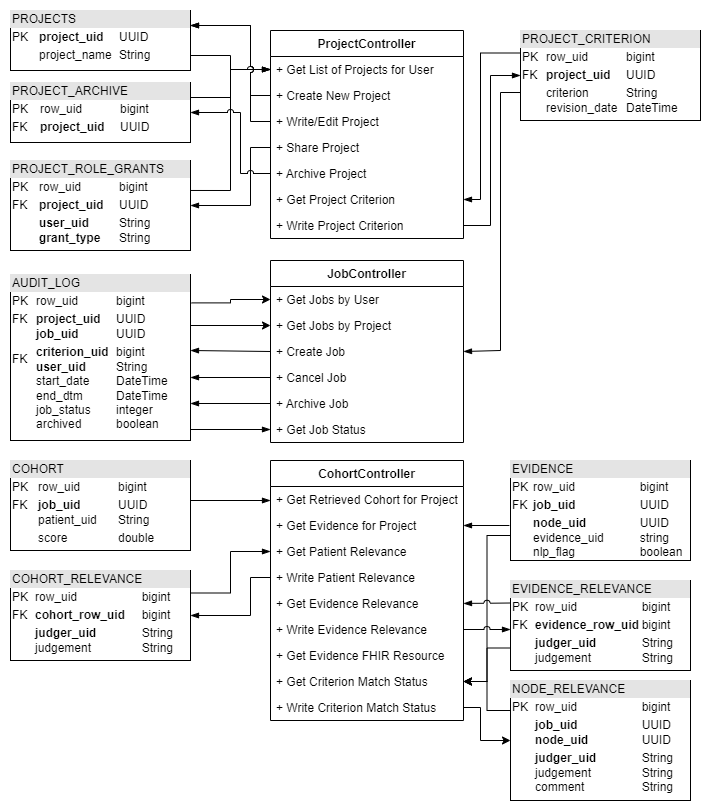
Above: middleware-data.png in OHNLP/impact-documentation (draw.io), before the change. Source tidied: cells renumbered, new cells last; positions are measured from the earlier drawing's top-left corner, leaving out a move shared by most shapes.
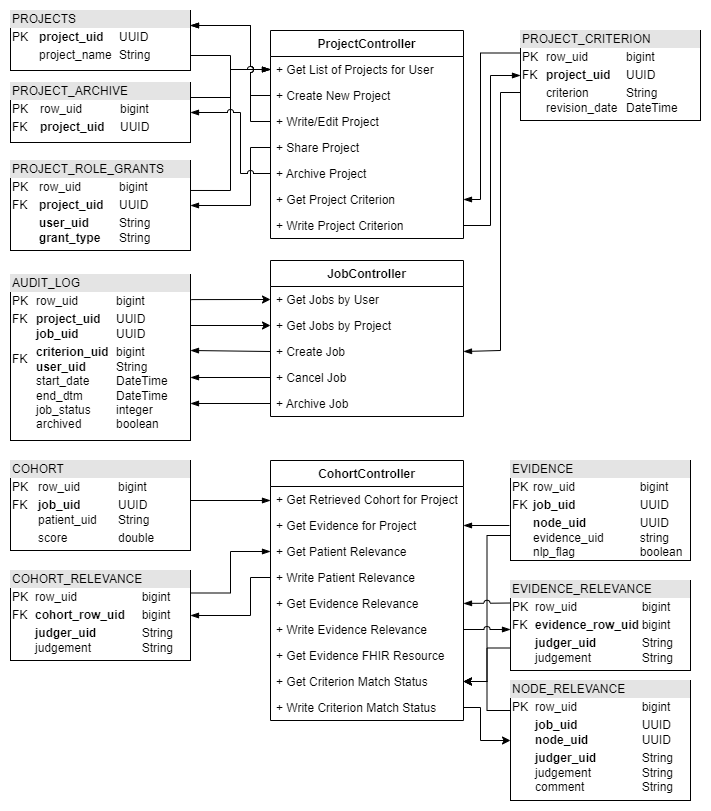
Later version of the same file.

Commit message:
Job Status is in returned job list already. Update OpenAPI Spec

Change to the diagram source:
```diff
@@ -119,7 +119,7 @@
       </mxGeometry>
     </mxCell>
     <mxCell id="24" value="JobController" style="swimlane;fontStyle=1;align=center;verticalAlign=top;horizontal=1;startSize=26;fontColor=#000000;" parent="1" vertex="1">
-      <mxGeometry x="260" y="250" width="193" height="182" as="geometry" />
+      <mxGeometry x="260" y="250" width="193" height="156" as="geometry" />
     </mxCell>
     <mxCell id="25" value="+ Get Jobs by User" style="text;strokeColor=none;fillColor=none;align=left;verticalAlign=top;spacingLeft=4;spacingRight=4;overflow=hidden;points=[[0,0.5],[1,0.5]];portConstraint=eastwest;fontColor=#000000;" parent="24" vertex="1">
       <mxGeometry y="26" width="193" height="26" as="geometry" />
@@ -136,9 +136,6 @@
     <mxCell id="29" value="+ Archive Job" style="text;strokeColor=none;fillColor=none;align=left;verticalAlign=top;spacingLeft=4;spacingRight=4;overflow=hidden;points=[[0,0.5],[1,0.5]];portConstraint=eastwest;fontColor=#000000;" parent="24" vertex="1">
       <mxGeometry y="130" width="193" height="26" as="geometry" />
     </mxCell>
-    <mxCell id="30" value="+ Get Job Status" style="text;strokeColor=none;fillColor=none;align=left;verticalAlign=top;spacingLeft=4;spacingRight=4;overflow=hidden;points=[[0,0.5],[1,0.5]];portConstraint=eastwest;fontColor=#000000;" parent="24" vertex="1">
-      <mxGeometry y="156" width="193" height="26" as="geometry" />
-    </mxCell>
     <mxCell id="31" style="edgeStyle=orthogonalEdgeStyle;rounded=0;jettySize=auto;html=1;exitX=1;exitY=0.336;exitDx=0;exitDy=0;entryX=0;entryY=0.5;entryDx=0;entryDy=0;exitPerimeter=0;" parent="1" edge="1" source="33" target="26">
       <mxGeometry relative="1" as="geometry">
         <Array as="points">
@@ -146,8 +143,13 @@
         </Array>
       </mxGeometry>
     </mxCell>
-    <mxCell id="32" style="edgeStyle=orthogonalEdgeStyle;rounded=0;jettySize=auto;html=1;exitX=1.006;exitY=0.171;exitDx=0;exitDy=0;entryX=0;entryY=0.5;entryDx=0;entryDy=0;exitPerimeter=0;" parent="1" edge="1" source="33" target="25">
-      <mxGeometry relative="1" as="geometry" />
+    <mxCell id="32" style="edgeStyle=orthogonalEdgeStyle;rounded=0;jettySize=auto;html=1;exitX=0.994;exitY=0.151;exitDx=0;exitDy=0;entryX=0;entryY=0.5;entryDx=0;entryDy=0;exitPerimeter=0;" parent="1" edge="1" source="33" target="25">
+      <mxGeometry relative="1" as="geometry">
+        <Array as="points">
+          <mxPoint x="181" y="289" />
+          <mxPoint x="220" y="289" />
+        </Array>
+      </mxGeometry>
     </mxCell>
     <mxCell id="33" value="&lt;div style=&quot;box-sizing:border-box;width:100%;background:#e4e4e4;padding:2px;&quot;&gt;AUDIT_LOG&lt;/div&gt;&lt;table style=&quot;width:100%;font-size:1em;&quot; cellpadding=&quot;2&quot; cellspacing=&quot;0&quot;&gt;&lt;tbody&gt;&lt;tr&gt;&lt;td&gt;PK&lt;/td&gt;&lt;td&gt;row_uid&lt;span style=&quot;white-space: pre;&quot;&gt;&#9;&lt;/span&gt;&lt;span style=&quot;white-space: pre;&quot;&gt;&#9;&lt;/span&gt;bigint&lt;/td&gt;&lt;/tr&gt;&lt;tr&gt;&lt;td&gt;FK&lt;br&gt;&lt;br&gt;&lt;/td&gt;&lt;td&gt;&lt;b&gt;project_uid&lt;span style=&quot;white-space: pre;&quot;&gt;&#9;&lt;/span&gt;&lt;/b&gt;UUID&lt;br&gt;&lt;b&gt;job_uid&lt;/b&gt;&lt;span style=&quot;font-weight: bold; white-space: pre;&quot;&gt;&#9;&lt;/span&gt;&lt;span style=&quot;font-weight: bold; white-space: pre;&quot;&gt;&#9;&lt;/span&gt;UUID&lt;/td&gt;&lt;/tr&gt;&lt;tr&gt;&lt;td&gt;FK&lt;br&gt;&lt;br&gt;&lt;br&gt;&lt;br&gt;&lt;br&gt;&lt;/td&gt;&lt;td&gt;&lt;b&gt;criterion_uid&lt;span style=&quot;white-space: pre;&quot;&gt;&#9;&lt;/span&gt;&lt;/b&gt;bigint&lt;br&gt;&lt;b&gt;user_uid&lt;span style=&quot;white-space: pre;&quot;&gt;&#9;&lt;/span&gt;&lt;span style=&quot;white-space: pre;&quot;&gt;&#9;&lt;/span&gt;&lt;/b&gt;String&lt;br&gt;start_date&lt;span style=&quot;white-space: pre;&quot;&gt;&#9;&lt;/span&gt;DateTime&lt;br&gt;end_dtm&lt;span style=&quot;white-space: pre;&quot;&gt;&#9;&lt;/span&gt;&lt;span style=&quot;white-space: pre;&quot;&gt;&#9;&lt;/span&gt;DateTime&lt;br&gt;job_status&lt;span style=&quot;white-space: pre;&quot;&gt;&#9;&lt;/span&gt;integer&lt;br&gt;archived&lt;span style=&quot;white-space: pre;&quot;&gt;&#9;&lt;/span&gt;&lt;span style=&quot;white-space: pre;&quot;&gt;&#9;&lt;/span&gt;boolean&lt;/td&gt;&lt;/tr&gt;&lt;/tbody&gt;&lt;/table&gt;" style="verticalAlign=top;align=left;overflow=fill;html=1;fontColor=#000000;" parent="1" vertex="1">
       <mxGeometry y="264" width="180" height="166" as="geometry" />
@@ -176,11 +178,6 @@
         </Array>
       </mxGeometry>
     </mxCell>
-    <mxCell id="37" style="edgeStyle=orthogonalEdgeStyle;rounded=0;jumpStyle=arc;jettySize=auto;html=1;fontColor=#000000;startArrow=none;startFill=0;endArrow=blockThin;endFill=1;entryX=0;entryY=0.5;entryDx=0;entryDy=0;" parent="1" edge="1" target="30">
-      <mxGeometry relative="1" as="geometry">
-        <mxPoint x="180" y="419" as="sourcePoint" />
-      </mxGeometry>
-    </mxCell>
     <mxCell id="38" value="CohortController" style="swimlane;fontStyle=1;align=center;verticalAlign=top;horizontal=1;startSize=26;fontColor=#000000;" parent="1" vertex="1">
       <mxGeometry x="260" y="450" width="193" height="260" as="geometry" />
     </mxCell>
```
